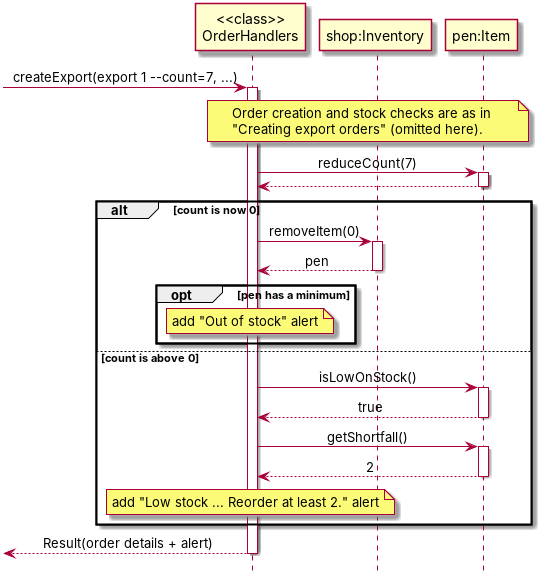
AY2627S1-CS2113-W14-4/tp keeps this PlantUML diagram as docs/images/LowStockExportSequence.png. Above is the earlier version. Its source is kept beside it as docs/diagrams/LowStockExportSequence.puml.
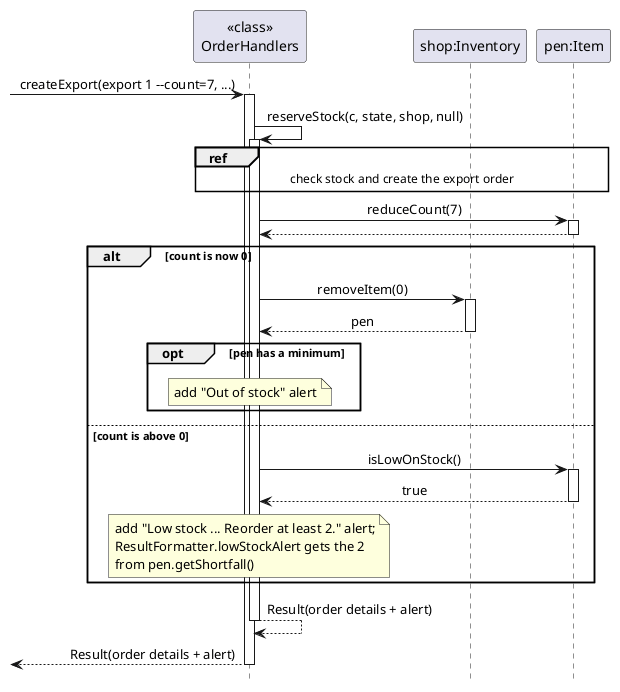
Later version of the same file.

Commit message:
Split export sequence diagram with a ref frame

What changed in the source:
```diff
@@ -8,10 +8,10 @@
 
 [-> Processor : createExport(export 1 --count=7, ...)
 activate Processor
-note over Processor, Item
-    Order creation and stock checks are as in
-    "Creating export orders" (omitted here).
-end note
+Processor -> Processor : reserveStock(c, state, shop, null)
+activate Processor
+
+ref over Processor, Item : check stock and create the export order
 
 Processor -> Item : reduceCount(7)
 activate Item
@@ -31,13 +31,15 @@
     activate Item
     Item --> Processor : true
     deactivate Item
-    Processor -> Item : getShortfall()
-    activate Item
-    Item --> Processor : 2
-    deactivate Item
-    note over Processor : add "Low stock ... Reorder at least 2." alert
+    note over Processor
+        add "Low stock ... Reorder at least 2." alert;
+        ResultFormatter.lowStockAlert gets the 2
+        from pen.getShortfall()
+    end note
 end
 
+Processor --> Processor : Result(order details + alert)
+deactivate Processor
 [<-- Processor : Result(order details + alert)
 deactivate Processor
 @enduml
```
